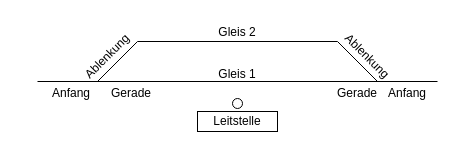
The draw.io diagram graph_db/Bahnhof_simpel.drawio in pascalreiss/draw_io_stuff, before the edit. Source tidied: cells renumbered, new cells numbered last; positions are measured from the earlier drawing's top-left corner, leaving out a move shared by most shapes. Both pictures are drawn from the tidied source at 100%, with x=0, y=0 at pixel (37, 17).
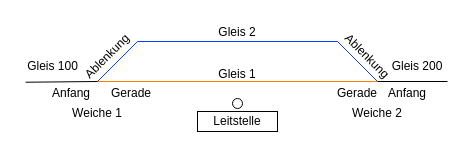
After the change.

Diff of the diagram source:
```diff
@@
-    <mxCell id="4" style="endArrow=none;html=1;rounded=0;" parent="1" edge="1">
-      <mxGeometry relative="1" as="geometry">
-        <mxPoint y="64" as="sourcePoint" />
-        <mxPoint x="400" y="64" as="targetPoint" />
-      </mxGeometry>
-    </mxCell>
-    <mxCell id="5" style="endArrow=none;html=1;rounded=0;" parent="1" edge="1">
-      <mxGeometry relative="1" as="geometry">
-        <mxPoint x="60" y="64" as="sourcePoint" />
-        <mxPoint x="340" y="64" as="targetPoint" />
-        <Array as="points">
-          <mxPoint x="100" y="24" />
-          <mxPoint x="300" y="24" />
-        </Array>
-      </mxGeometry>
-    </mxCell>
@@
+    <mxCell id="14" value="Gleis 100" style="text;html=1;align=center;verticalAlign=middle;points=[];strokeColor=none;fillColor=none;" parent="1" vertex="1">
+      <mxGeometry x="-20" y="34" width="70" height="30" as="geometry" />
+    </mxCell>
@@
+    <mxCell id="15" value="Gleis 200" style="text;html=1;align=center;verticalAlign=middle;whiteSpace=wrap;rounded=0;" parent="1" vertex="1">
+      <mxGeometry x="350" y="34" width="60" height="30" as="geometry" />
+    </mxCell>
+    <mxCell id="4" style="endArrow=none;html=1;rounded=0;strokeColor=#FF8000;" parent="1" edge="1">
+      <mxGeometry relative="1" as="geometry">
+        <mxPoint x="60" y="64" as="sourcePoint" />
+        <mxPoint x="340" y="64" as="targetPoint" />
+      </mxGeometry>
+    </mxCell>
+    <mxCell id="5" style="endArrow=none;html=1;rounded=0;strokeColor=#0040ff;" parent="1" edge="1">
+      <mxGeometry relative="1" as="geometry">
+        <mxPoint x="60" y="64" as="sourcePoint" />
+        <mxPoint x="340" y="64" as="targetPoint" />
+        <Array as="points">
+          <mxPoint x="100" y="24" />
+          <mxPoint x="300" y="24" />
+        </Array>
+      </mxGeometry>
+    </mxCell>
@@
+    <mxCell id="16" style="endArrow=none;html=1;rounded=0;exitX=0.116;exitY=1.024;exitDx=0;exitDy=0;exitPerimeter=0;" parent="1" edge="1" source="14">
+      <mxGeometry relative="1" as="geometry">
+        <mxPoint x="60" y="64" as="targetPoint" />
+      </mxGeometry>
+    </mxCell>
+    <mxCell id="17" style="endArrow=none;html=1;rounded=0;" parent="1" edge="1">
+      <mxGeometry relative="1" as="geometry">
+        <mxPoint x="340" y="64" as="sourcePoint" />
+        <mxPoint x="410" y="64" as="targetPoint" />
+      </mxGeometry>
+    </mxCell>
+    <mxCell id="18" value="Weiche 2" style="text;html=1;align=center;verticalAlign=middle;whiteSpace=wrap;rounded=0;" parent="1" vertex="1">
+      <mxGeometry x="310" y="81" width="60" height="30" as="geometry" />
+    </mxCell>
+    <mxCell id="19" value="Weiche 1" style="text;html=1;align=center;verticalAlign=middle;whiteSpace=wrap;rounded=0;" parent="1" vertex="1">
+      <mxGeometry x="30" y="81" width="60" height="30" as="geometry" />
+    </mxCell>
```
